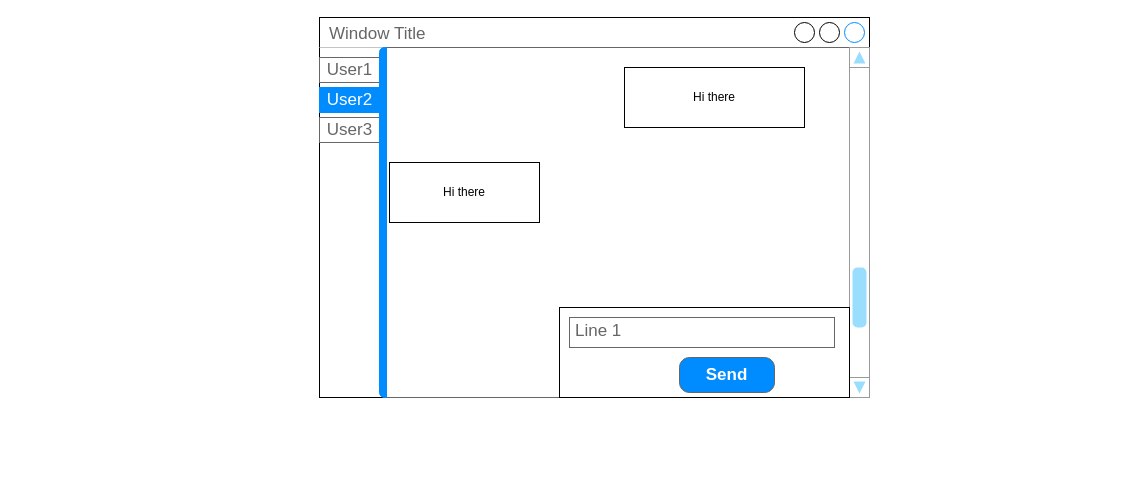
stein411/MsgApp keeps this draw.io diagram as Mockup.drawio. Above is the earlier version. Source tidied: cells renumbered, new cells numbered last; positions are measured from the earlier drawing's top-left corner, leaving out a move shared by most shapes. Both pictures are drawn from the tidied source at 100%, with x=0, y=0 at pixel (319, 17).
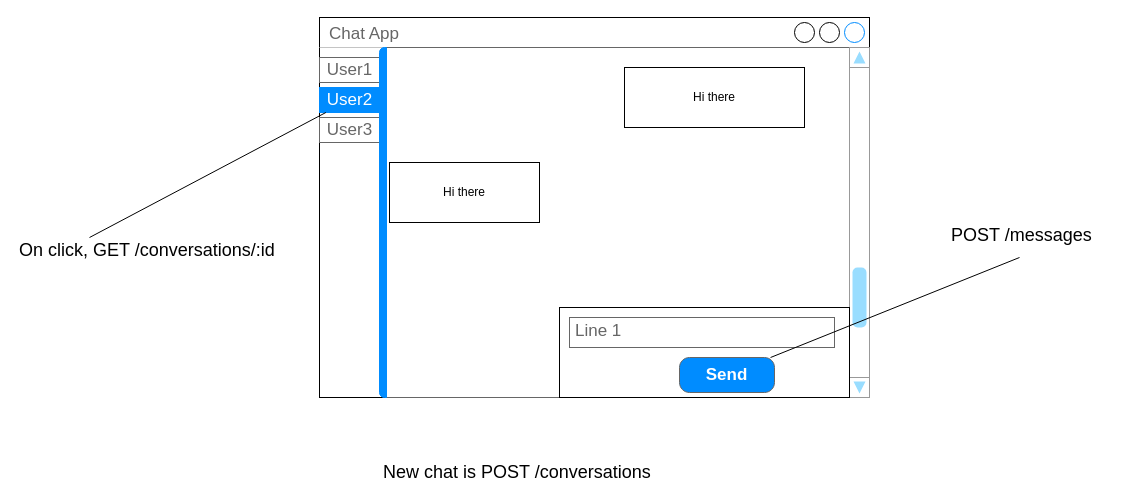
Above is the later version.

The change refers to these unchanged cells:
```xml
<mxCell id="5" value="User2" style="strokeWidth=1;shadow=0;dashed=0;align=center;html=1;shape=mxgraph.mockup.containers.rrect;rSize=0;fontSize=17;fontColor=#ffffff;strokeColor=#008cff;fillColor=#008cff;" parent="3" vertex="1">
  <mxGeometry width="60" height="25" relative="1" as="geometry">
    <mxPoint y="40" as="offset" />
  </mxGeometry>
</mxCell>
<mxCell id="13" value="Send" style="strokeWidth=1;shadow=0;dashed=0;align=center;html=1;shape=mxgraph.mockup.buttons.button;strokeColor=#666666;fontColor=#ffffff;mainText=;buttonStyle=round;fontSize=17;fontStyle=1;fillColor=#008cff;whiteSpace=wrap;" parent="3" vertex="1">
  <mxGeometry x="360" y="310" width="95" height="35" as="geometry" />
</mxCell>
```

What changed in the source:
```diff
@@
-    <mxCell id="2" value="Window Title" style="strokeWidth=1;shadow=0;dashed=0;align=center;html=1;shape=mxgraph.mockup.containers.window;align=left;verticalAlign=top;spacingLeft=8;strokeColor2=#008cff;strokeColor3=#c4c4c4;fontColor=#666666;fillColor=#ffffff;mainText=;fontSize=17;labelBackgroundColor=none;" parent="1" vertex="1">
+    <mxCell id="2" value="Chat App" style="strokeWidth=1;shadow=0;dashed=0;align=center;html=1;shape=mxgraph.mockup.containers.window;align=left;verticalAlign=top;spacingLeft=8;strokeColor2=#008cff;strokeColor3=#c4c4c4;fontColor=#666666;fillColor=#ffffff;mainText=;fontSize=17;labelBackgroundColor=none;" parent="1" vertex="1">
       <mxGeometry width="550" height="380" as="geometry" />
     </mxCell>
@@
+    <mxCell id="14" value="&lt;span style=&quot;font-size: 18px&quot;&gt;POST /messages&lt;/span&gt;" style="text;html=1;align=left;verticalAlign=top;spacingTop=-4;" parent="1" vertex="1">
+      <mxGeometry x="630" y="205" width="160" height="20" as="geometry" />
+    </mxCell>
+    <mxCell id="15" style="endArrow=none;html=1;" parent="1" edge="1" target="5">
+      <mxGeometry relative="1" as="geometry">
+        <mxPoint x="-230" y="220" as="sourcePoint" />
+      </mxGeometry>
+    </mxCell>
+    <mxCell id="16" value="&lt;font style=&quot;font-size: 18px&quot;&gt;On click, GET /conversations/:id&lt;/font&gt;" style="text;html=1;align=left;verticalAlign=top;spacingTop=-4;" parent="1" vertex="1">
+      <mxGeometry x="-302" y="220" width="270" height="20" as="geometry" />
+    </mxCell>
+    <mxCell id="17" value="&lt;font style=&quot;font-size: 18px&quot;&gt;New chat is POST /conversations&lt;br&gt;&lt;/font&gt;" style="text;html=1;align=left;verticalAlign=top;spacingTop=-4;" parent="1" vertex="1">
+      <mxGeometry x="62" y="442" width="280" height="20" as="geometry" />
+    </mxCell>
+    <mxCell id="18" style="endArrow=none;html=1;" parent="1" edge="1" source="13">
+      <mxGeometry relative="1" as="geometry">
+        <mxPoint x="700" y="240" as="targetPoint" />
+      </mxGeometry>
+    </mxCell>
```
